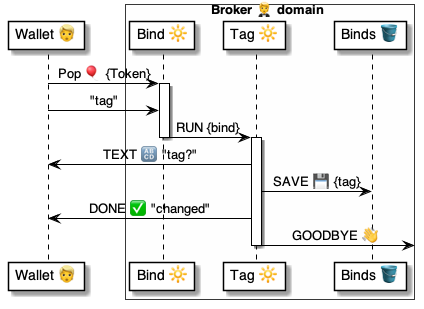
Earlier version of the PlantUML export 4 ⚙️ Solution/20 🧑‍🦰 UI/Brokers 🤵/🤵😃 Broker talkers/PopBind 🔗 talker/Bind » Tag/🤵 PopBindTag ⚙️ uml.png (pollyweb-org/pollyweb-docs). Its source is kept beside it as 4 ⚙️ Solution/20 🧑‍🦰 UI/Brokers 🤵/🤵😃 Broker talkers/PopBind 🔗 talker/Bind » Tag/🤵 PopBindTag ⚙️ uml.puml.
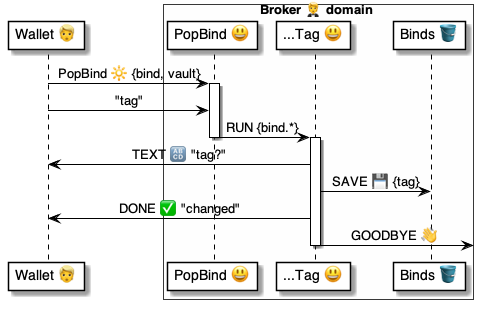
Above is the later version.

Change to the diagram source:
```diff
@@ -2,17 +2,17 @@
 
 participant "Wallet 👱" as wallet
 box Broker 🤵 domain #FFFFFA
-    participant "Bind 🔆" as bind
-    participant "Tag 🔆" as tag
+    participant "PopBind 😃" as bind
+    participant "...Tag 😃" as tag
     participant "Binds 🪣" as binds
 end box
 
 
-wallet -> bind: Pop 🎈 {Token}
+wallet -> bind: PopBind 🔆 {bind, vault}
 
 activate bind
     wallet -> bind: "tag"
-    bind -> tag: RUN {bind}
+    bind -> tag: RUN {bind.*}
 deactivate bind
 
 activate tag
```
